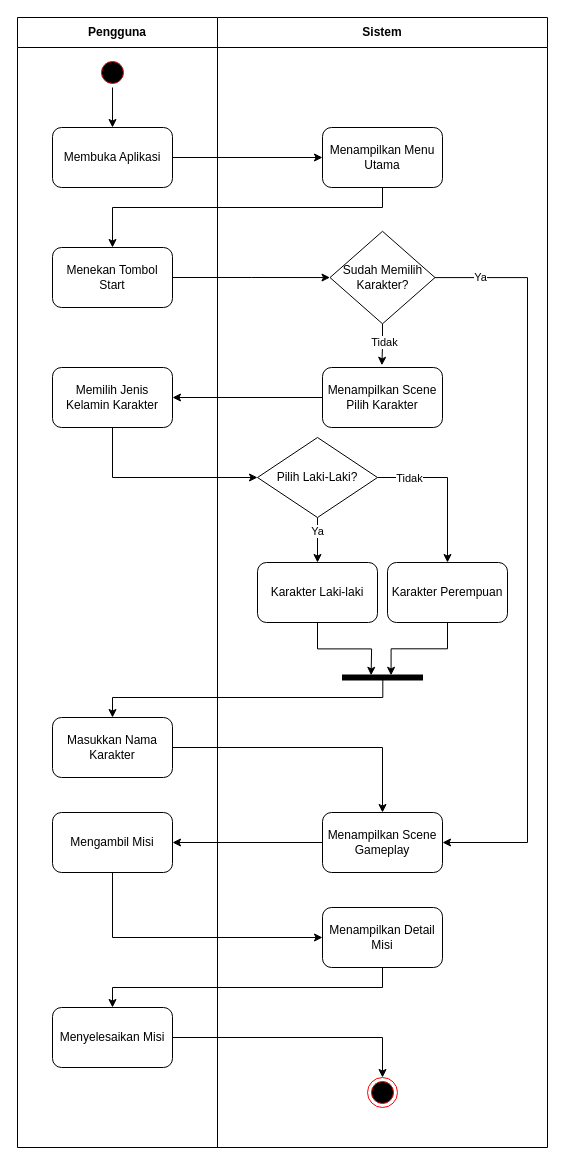
The draw.io diagram skripsi/skripsi/gambar/BAB III/Analisa Sistem Usulan.drawio in hako-975/UNPAM-File, before the edit. Source tidied: cells renumbered, new cells numbered last; positions are measured from the earlier drawing's top-left corner, leaving out a move shared by most shapes. Both pictures are drawn from the tidied source at 100%, with x=0, y=0 at pixel (17, 17).
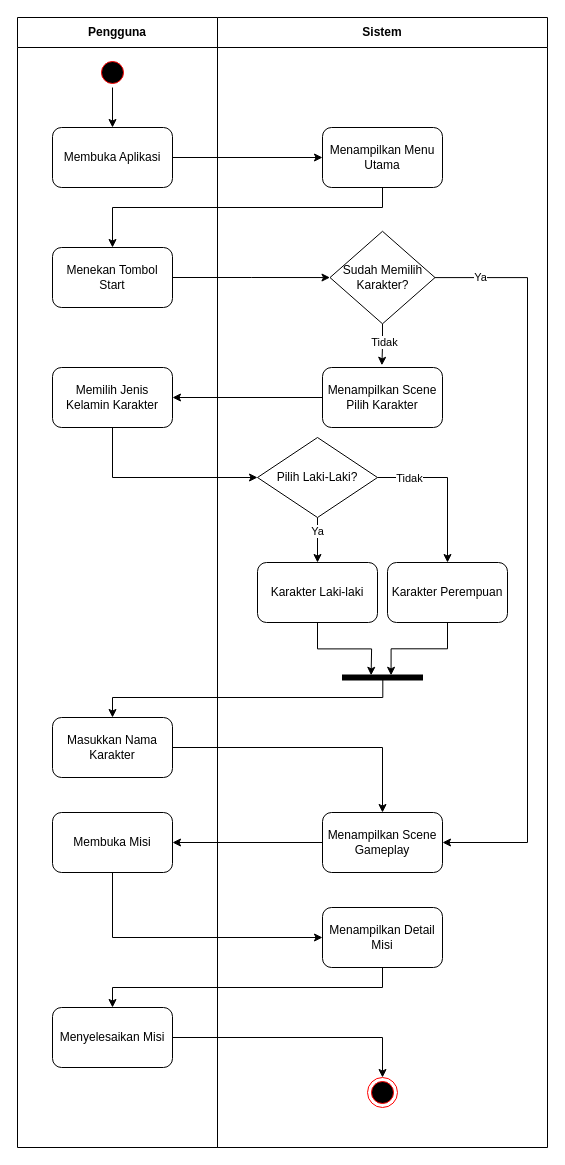
After the change.

The change refers to these unchanged cells:
```xml
<mxCell id="2" value="Pengguna" style="swimlane;whiteSpace=wrap;html=1;startSize=30;" parent="1" vertex="1">
  <mxGeometry width="200" height="1130" as="geometry" />
</mxCell>
```

The edit, as a diff of the source:
```diff
@@
-    <mxCell id="8" value="Mengambil Misi" style="whiteSpace=wrap;html=1;rounded=1;" parent="2" vertex="1">
+    <mxCell id="8" value="Membuka Misi" style="whiteSpace=wrap;html=1;rounded=1;" parent="2" vertex="1">
       <mxGeometry x="35" y="795" width="120" height="60" as="geometry" />
     </mxCell>
```
